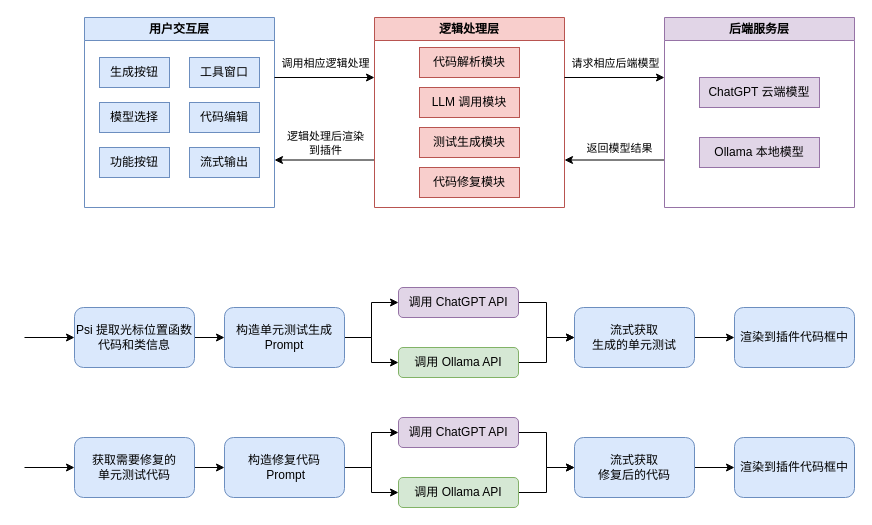
Before: 毕设/毕设.drawio in Moriic/drawio, a draw.io diagram. Source tidied: cells renumbered, new cells numbered last; positions are measured from the earlier drawing's top-left corner, leaving out a move shared by most shapes. Both pictures are drawn from the tidied source at 100%, with x=0, y=0 at pixel (24, 17).
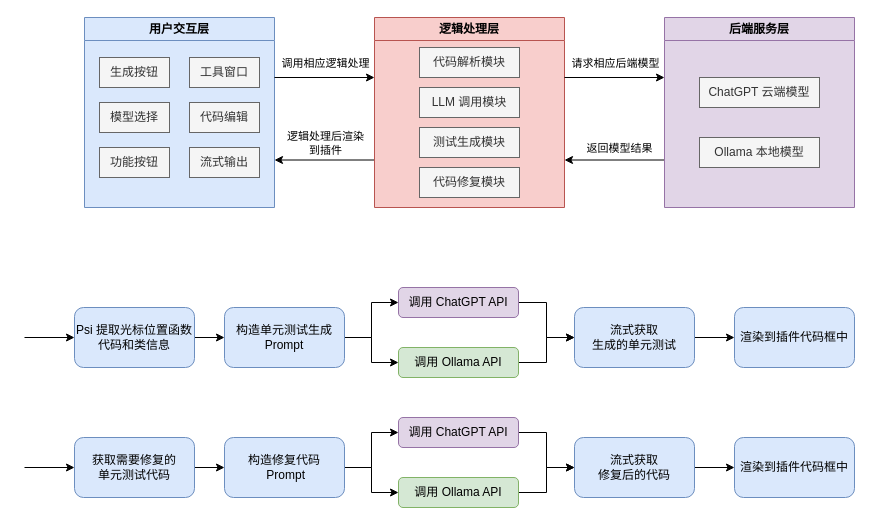
The same diagram, later.

Diff of the diagram source:
```diff
@@
-    <mxCell id="28" value="&lt;div&gt;用户交互层&lt;/div&gt;" style="swimlane;whiteSpace=wrap;html=1;startSize=23;fillColor=#dae8fc;strokeColor=#6c8ebf;swimlaneFillColor=none;" parent="1" vertex="1">
+    <mxCell id="28" value="&lt;div&gt;用户交互层&lt;/div&gt;" style="swimlane;whiteSpace=wrap;html=1;startSize=23;fillColor=#dae8fc;strokeColor=#6c8ebf;swimlaneFillColor=#DAE8FC;" parent="1" vertex="1">
       <mxGeometry x="60" width="190" height="190" as="geometry" />
     </mxCell>
-    <mxCell id="29" value="生成按钮" style="rounded=0;whiteSpace=wrap;html=1;fillColor=#dae8fc;strokeColor=#6c8ebf;" parent="28" vertex="1">
+    <mxCell id="29" value="生成按钮" style="rounded=0;whiteSpace=wrap;html=1;fillColor=#f5f5f5;fontColor=#333333;strokeColor=#666666;" parent="28" vertex="1">
       <mxGeometry x="15" y="40" width="70" height="30" as="geometry" />
     </mxCell>
-    <mxCell id="30" value="工具窗口" style="rounded=0;whiteSpace=wrap;html=1;fillColor=#dae8fc;strokeColor=#6c8ebf;" parent="28" vertex="1">
+    <mxCell id="30" value="工具窗口" style="rounded=0;whiteSpace=wrap;html=1;fillColor=#f5f5f5;fontColor=#333333;strokeColor=#666666;" parent="28" vertex="1">
       <mxGeometry x="105" y="40" width="70" height="30" as="geometry" />
     </mxCell>
-    <mxCell id="31" value="模型选择" style="rounded=0;whiteSpace=wrap;html=1;fillColor=#dae8fc;strokeColor=#6c8ebf;" parent="28" vertex="1">
+    <mxCell id="31" value="模型选择" style="rounded=0;whiteSpace=wrap;html=1;fillColor=#f5f5f5;fontColor=#333333;strokeColor=#666666;" parent="28" vertex="1">
       <mxGeometry x="15" y="85" width="70" height="30" as="geometry" />
     </mxCell>
-    <mxCell id="32" value="代码编辑" style="rounded=0;whiteSpace=wrap;html=1;fillColor=#dae8fc;strokeColor=#6c8ebf;" parent="28" vertex="1">
+    <mxCell id="32" value="代码编辑" style="rounded=0;whiteSpace=wrap;html=1;fillColor=#f5f5f5;fontColor=#333333;strokeColor=#666666;" parent="28" vertex="1">
       <mxGeometry x="105" y="85" width="70" height="30" as="geometry" />
     </mxCell>
-    <mxCell id="33" value="功能按钮" style="rounded=0;whiteSpace=wrap;html=1;fillColor=#dae8fc;strokeColor=#6c8ebf;" parent="28" vertex="1">
+    <mxCell id="33" value="功能按钮" style="rounded=0;whiteSpace=wrap;html=1;fillColor=#f5f5f5;fontColor=#333333;strokeColor=#666666;" parent="28" vertex="1">
       <mxGeometry x="15" y="130" width="70" height="30" as="geometry" />
     </mxCell>
-    <mxCell id="34" value="流式输出" style="rounded=0;whiteSpace=wrap;html=1;fillColor=#dae8fc;strokeColor=#6c8ebf;" parent="28" vertex="1">
+    <mxCell id="34" value="流式输出" style="rounded=0;whiteSpace=wrap;html=1;fillColor=#f5f5f5;fontColor=#333333;strokeColor=#666666;" parent="28" vertex="1">
       <mxGeometry x="105" y="130" width="70" height="30" as="geometry" />
     </mxCell>
@@
-    <mxCell id="37" value="&lt;div&gt;逻辑处理层&lt;/div&gt;" style="swimlane;whiteSpace=wrap;html=1;startSize=23;fillColor=#f8cecc;strokeColor=#b85450;" parent="1" vertex="1">
+    <mxCell id="37" value="&lt;div&gt;逻辑处理层&lt;/div&gt;" style="swimlane;whiteSpace=wrap;html=1;startSize=23;fillColor=#f8cecc;strokeColor=#b85450;swimlaneFillColor=#F8CECC;" parent="1" vertex="1">
       <mxGeometry x="350" width="190" height="190" as="geometry" />
     </mxCell>
-    <mxCell id="38" value="代码解析模块" style="rounded=0;whiteSpace=wrap;html=1;fillColor=#f8cecc;strokeColor=#b85450;" parent="37" vertex="1">
+    <mxCell id="38" value="代码解析模块" style="rounded=0;whiteSpace=wrap;html=1;fillColor=#f5f5f5;strokeColor=#666666;fontColor=#333333;" parent="37" vertex="1">
       <mxGeometry x="45" y="30" width="100" height="30" as="geometry" />
     </mxCell>
-    <mxCell id="39" value="LLM 调用模块" style="rounded=0;whiteSpace=wrap;html=1;fillColor=#f8cecc;strokeColor=#b85450;" parent="37" vertex="1">
+    <mxCell id="39" value="LLM 调用模块" style="rounded=0;whiteSpace=wrap;html=1;fillColor=#f5f5f5;strokeColor=#666666;fontColor=#333333;" parent="37" vertex="1">
       <mxGeometry x="45" y="70" width="100" height="30" as="geometry" />
     </mxCell>
-    <mxCell id="40" value="测试生成模块" style="rounded=0;whiteSpace=wrap;html=1;fillColor=#f8cecc;strokeColor=#b85450;" parent="37" vertex="1">
+    <mxCell id="40" value="测试生成模块" style="rounded=0;whiteSpace=wrap;html=1;fillColor=#f5f5f5;strokeColor=#666666;fontColor=#333333;" parent="37" vertex="1">
       <mxGeometry x="45" y="110" width="100" height="30" as="geometry" />
     </mxCell>
-    <mxCell id="41" value="代码修复模块" style="rounded=0;whiteSpace=wrap;html=1;fillColor=#f8cecc;strokeColor=#b85450;" parent="37" vertex="1">
+    <mxCell id="41" value="代码修复模块" style="rounded=0;whiteSpace=wrap;html=1;fillColor=#f5f5f5;strokeColor=#666666;fontColor=#333333;" parent="37" vertex="1">
       <mxGeometry x="45" y="150" width="100" height="30" as="geometry" />
     </mxCell>
@@
-    <mxCell id="44" value="&lt;div&gt;后端服务层&lt;/div&gt;" style="swimlane;whiteSpace=wrap;html=1;startSize=23;fillColor=#e1d5e7;strokeColor=#9673a6;" parent="1" vertex="1">
+    <mxCell id="44" value="&lt;div&gt;后端服务层&lt;/div&gt;" style="swimlane;whiteSpace=wrap;html=1;startSize=23;fillColor=#e1d5e7;strokeColor=#9673a6;swimlaneFillColor=#E1D5E7;" parent="1" vertex="1">
       <mxGeometry x="640" width="190" height="190" as="geometry" />
     </mxCell>
-    <mxCell id="45" value="ChatGPT 云端模型" style="rounded=0;whiteSpace=wrap;html=1;fillColor=#e1d5e7;strokeColor=#9673a6;" parent="44" vertex="1">
+    <mxCell id="45" value="ChatGPT 云端模型" style="rounded=0;whiteSpace=wrap;html=1;fillColor=#f5f5f5;strokeColor=#666666;fontColor=#333333;" parent="44" vertex="1">
       <mxGeometry x="35" y="60" width="120" height="30" as="geometry" />
     </mxCell>
-    <mxCell id="46" value="Ollama 本地模型" style="rounded=0;whiteSpace=wrap;html=1;fillColor=#e1d5e7;strokeColor=#9673a6;" parent="44" vertex="1">
+    <mxCell id="46" value="Ollama 本地模型" style="rounded=0;whiteSpace=wrap;html=1;fillColor=#f5f5f5;strokeColor=#666666;fontColor=#333333;" parent="44" vertex="1">
       <mxGeometry x="35" y="120" width="120" height="30" as="geometry" />
     </mxCell>
```
